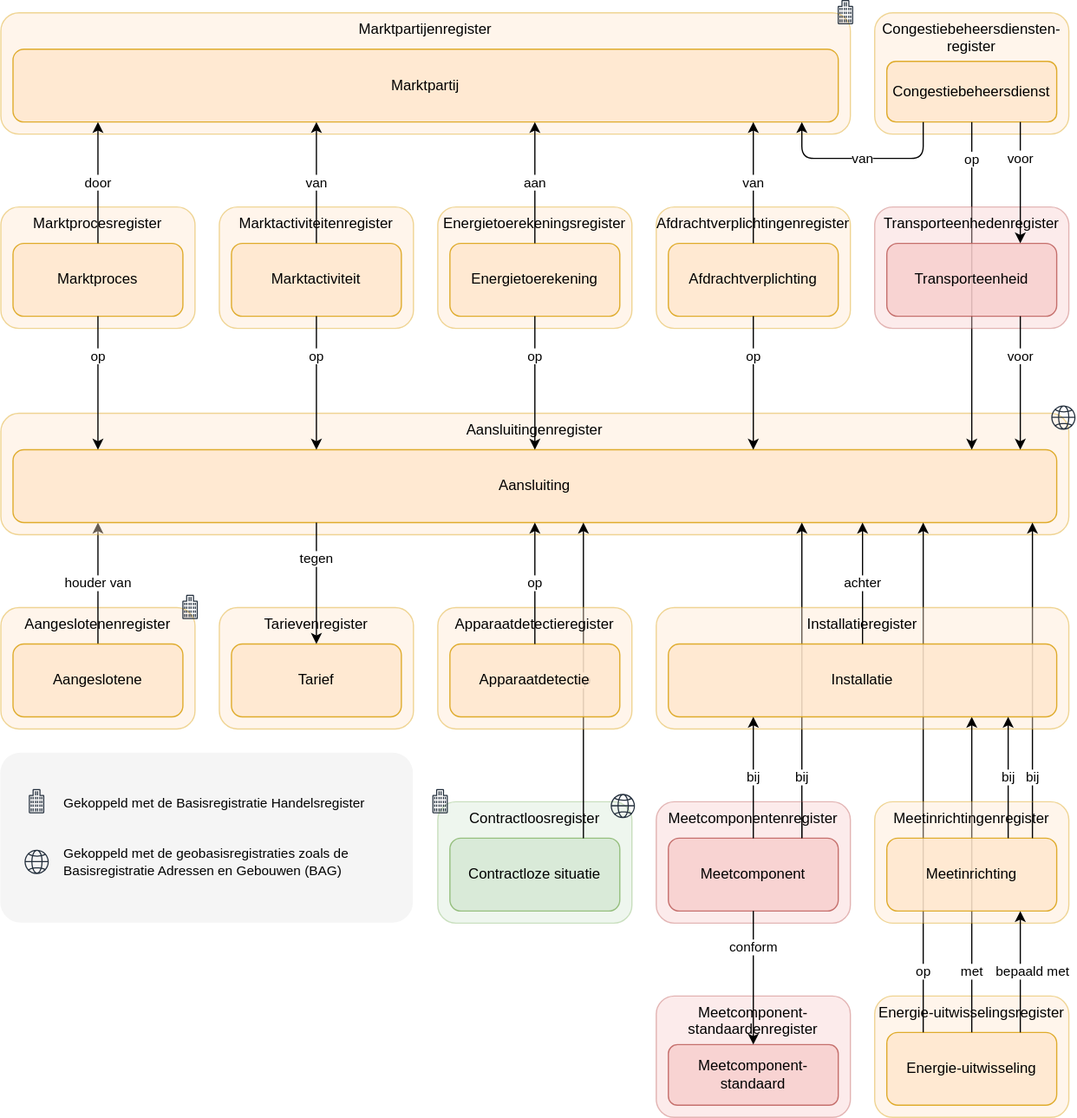
Above: docs/assets/images/stelselplaat.drawio.svg in netbeheernederland/stelsel (draw.io), before the change. Source tidied: cells renumbered, new cells last; positions are measured from the earlier drawing's top-left corner, leaving out a move shared by most shapes.
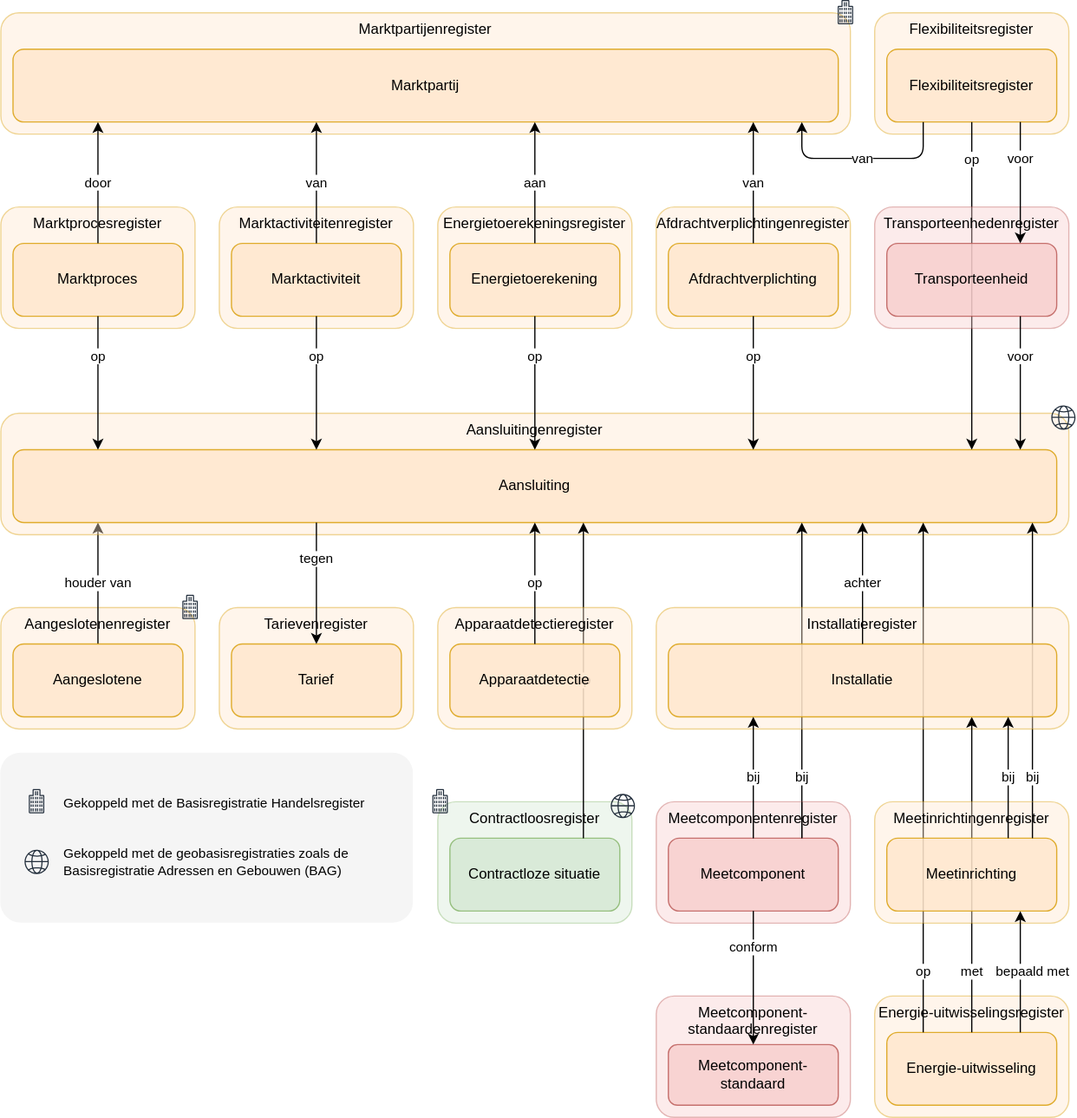
Above is the later version.

Diff of the diagram source:
```diff
@@ -14,14 +14,14 @@
     <mxCell id="5" value="Marktactiviteitenregister" style="rounded=1;whiteSpace=wrap;html=1;verticalAlign=top;align=center;horizontal=1;fillColor=#ffe6cc;strokeColor=#d79b00;opacity=40;fontColor=default;" parent="1" vertex="1">
       <mxGeometry x="180" y="170" width="160" height="100" as="geometry" />
     </mxCell>
-    <mxCell id="6" value="Congestiebeheersdiensten-register" style="rounded=1;whiteSpace=wrap;html=1;verticalAlign=top;align=center;horizontal=1;fillColor=#ffe6cc;strokeColor=#d79b00;opacity=40;fontColor=default;" parent="1" vertex="1">
+    <mxCell id="6" value="Flexibiliteitsregister" style="rounded=1;whiteSpace=wrap;html=1;verticalAlign=top;align=center;horizontal=1;fillColor=#ffe6cc;strokeColor=#d79b00;opacity=40;fontColor=default;" parent="1" vertex="1">
       <mxGeometry x="720" y="10" width="160" height="100" as="geometry" />
     </mxCell>
     <mxCell id="7" value="Marktactiviteit" style="rounded=1;whiteSpace=wrap;html=1;fillColor=#ffe6cc;strokeColor=#d79b00;opacity=80;fontColor=default;" parent="1" vertex="1">
       <mxGeometry x="190" y="200" width="140" height="60" as="geometry" />
     </mxCell>
-    <mxCell id="8" value="Congestiebeheersdienst" style="rounded=1;whiteSpace=wrap;html=1;fillColor=#ffe6cc;strokeColor=#d79b00;opacity=80;fontColor=default;" parent="1" vertex="1">
-      <mxGeometry x="730" y="50" width="140" height="50" as="geometry" />
+    <mxCell id="8" value="Flexibiliteitsregister" style="rounded=1;whiteSpace=wrap;html=1;fillColor=#ffe6cc;strokeColor=#d79b00;opacity=80;fontColor=default;" parent="1" vertex="1">
+      <mxGeometry x="730" y="40" width="140" height="60" as="geometry" />
     </mxCell>
     <mxCell id="9" value="van" style="endArrow=classic;html=1;rounded=0;edgeStyle=elbowEdgeStyle;fontColor=default;" parent="1" edge="1" source="7" target="4">
       <mxGeometry relative="1" as="geometry" />
```
